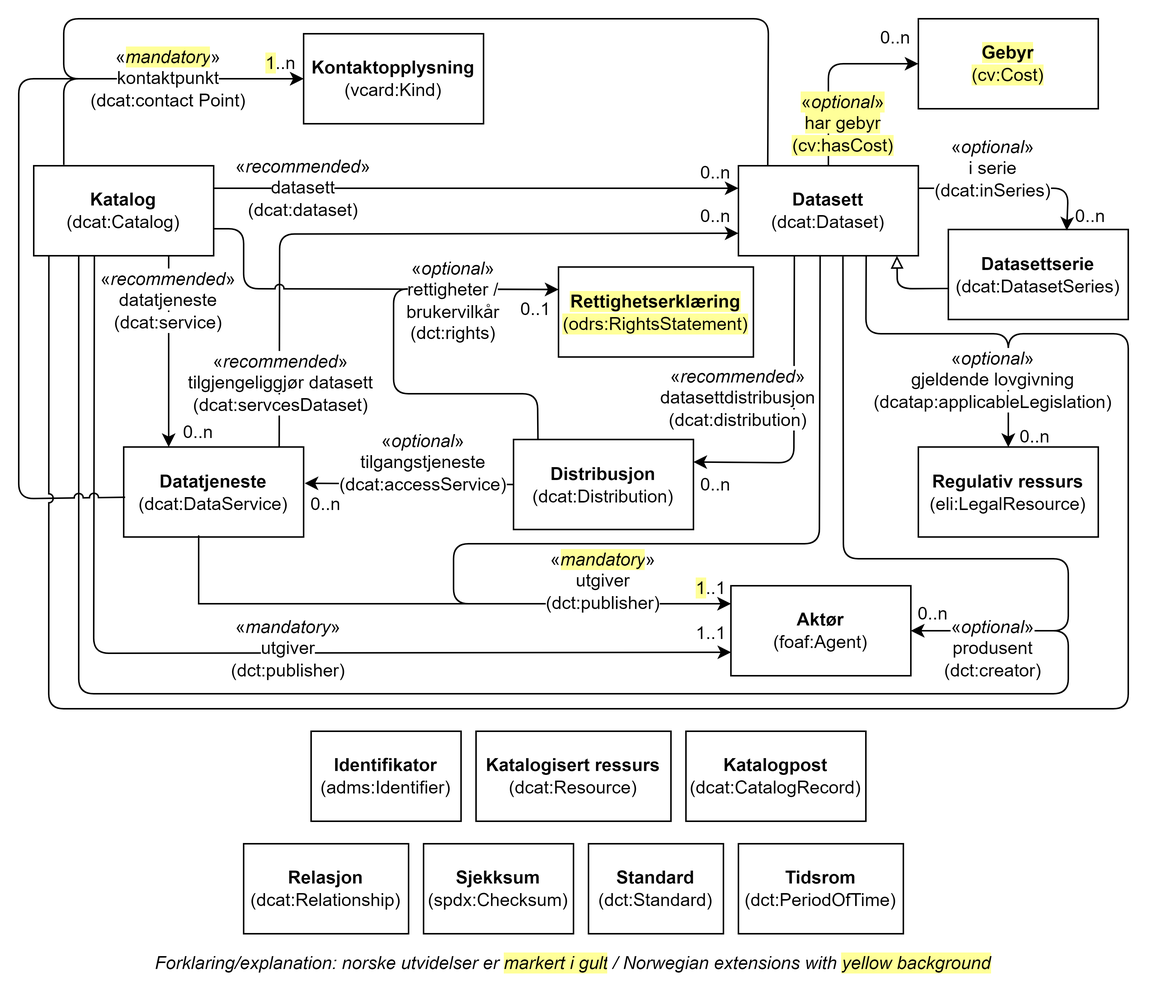
Earlier version of the draw.io export docs/images/DCAT-AP-NO-klasser.png (Informasjonsforvaltning/dcat-ap-no). Source tidied: cells renumbered, new cells last; positions are measured from the earlier drawing's top-left corner, leaving out a move shared by most shapes.
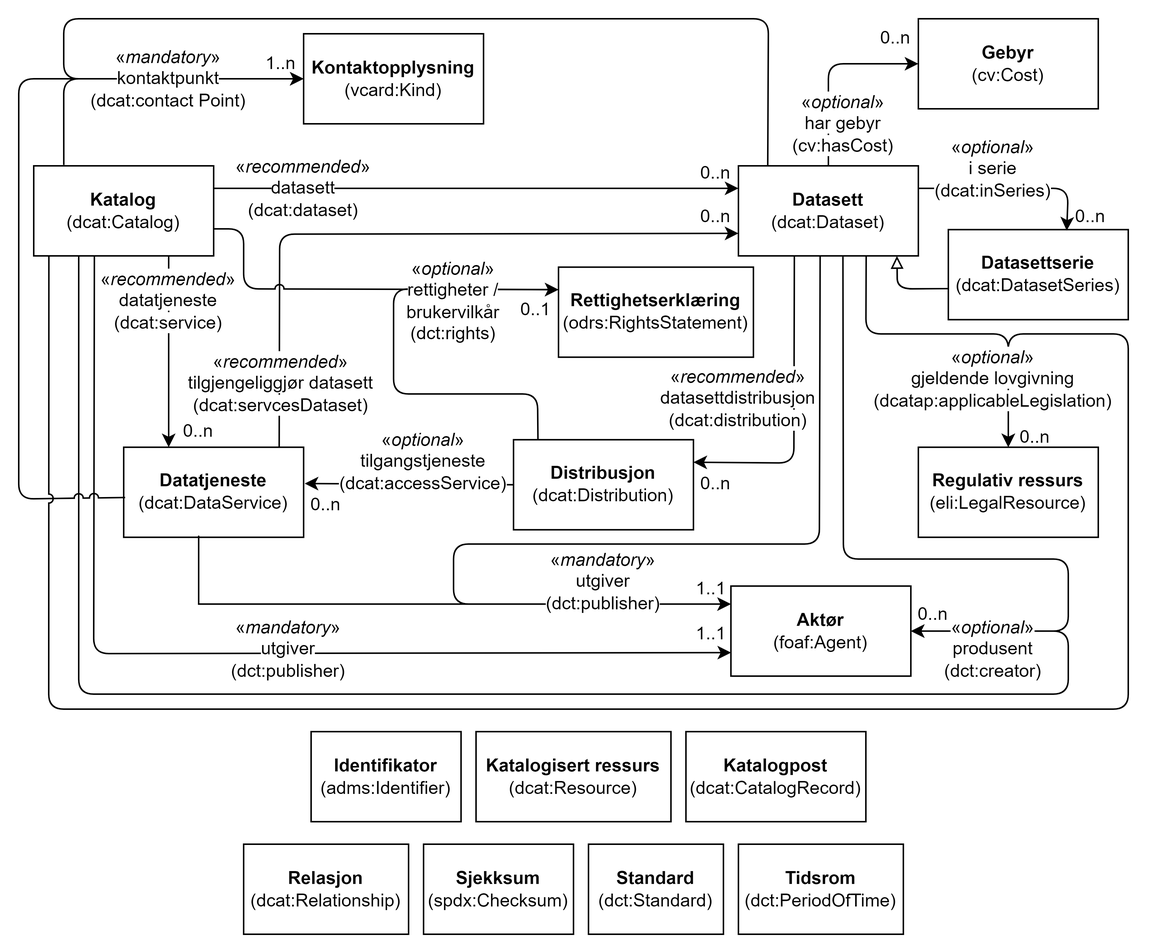
The same file after the commit.

The edit, as a diff of the source:
```diff
@@ -19,10 +19,10 @@
         </Array>
       </mxGeometry>
     </mxCell>
-    <mxCell id="4" value="&lt;b&gt;Katalog&lt;br&gt;&lt;/b&gt;(dcat:Catalog)" style="rounded=0;whiteSpace=wrap;html=1;" parent="1" vertex="1">
+    <mxCell id="4" value="&lt;b&gt;Katalog&lt;br&gt;&lt;/b&gt;(dcat:Catalog)" style="rounded=0;whiteSpace=wrap;html=1;fillColor=#FFFFFF;" parent="1" vertex="1">
       <mxGeometry x="10" y="98" width="120" height="60" as="geometry" />
     </mxCell>
-    <mxCell id="5" value="&lt;b&gt;Datasett&lt;/b&gt;&lt;br&gt;(dcat:Dataset)" style="rounded=0;whiteSpace=wrap;html=1;" parent="1" vertex="1">
+    <mxCell id="5" value="&lt;b&gt;Datasett&lt;/b&gt;&lt;br&gt;(dcat:Dataset)" style="rounded=0;whiteSpace=wrap;html=1;fillColor=#FFFFFF;" parent="1" vertex="1">
       <mxGeometry x="480" y="98" width="120" height="60" as="geometry" />
     </mxCell>
     <mxCell id="6" style="endArrow=classic;html=1;rounded=0;exitX=1;exitY=0.25;exitDx=0;exitDy=0;entryX=0;entryY=0.25;entryDx=0;entryDy=0;" parent="1" edge="1" source="4" target="5">
@@ -34,10 +34,10 @@
     <mxCell id="8" value="0..n" style="text;html=1;strokeColor=none;fillColor=none;align=center;verticalAlign=middle;whiteSpace=wrap;rounded=0;" parent="1" vertex="1">
       <mxGeometry x="450" y="125.5" width="30" height="12.5" as="geometry" />
     </mxCell>
-    <mxCell id="9" value="&lt;b&gt;Datatjeneste&lt;br&gt;&lt;/b&gt;(dcat:DataService)" style="rounded=0;whiteSpace=wrap;html=1;" parent="1" vertex="1">
+    <mxCell id="9" value="&lt;b&gt;Datatjeneste&lt;br&gt;&lt;/b&gt;(dcat:DataService)" style="rounded=0;whiteSpace=wrap;html=1;fillColor=#FFFFFF;" parent="1" vertex="1">
       <mxGeometry x="70" y="285.5" width="120" height="60" as="geometry" />
     </mxCell>
-    <mxCell id="10" value="&lt;b&gt;Distribusjon&lt;/b&gt;&lt;br&gt;(dcat:Distribution)" style="rounded=0;whiteSpace=wrap;html=1;" parent="1" vertex="1">
+    <mxCell id="10" value="&lt;b&gt;Distribusjon&lt;/b&gt;&lt;br&gt;(dcat:Distribution)" style="rounded=0;whiteSpace=wrap;html=1;fillColor=#FFFFFF;" parent="1" vertex="1">
       <mxGeometry x="330" y="280.5" width="120" height="60" as="geometry" />
     </mxCell>
     <mxCell id="11" style="endArrow=classic;html=1;rounded=1;exitX=0.311;exitY=0.994;exitDx=0;exitDy=0;entryX=1;entryY=0.25;entryDx=0;entryDy=0;curved=0;exitPerimeter=0;" parent="1" edge="1" source="5" target="10">
@@ -84,7 +84,7 @@
     <mxCell id="22" value="&lt;span style=&quot;background-color: rgb(255, 255, 255);&quot;&gt;«&lt;i&gt;recommended&lt;/i&gt;»&lt;br&gt;datasettdistribusjon&lt;br&gt;(dcat:distribution)&lt;/span&gt;" style="text;html=1;strokeColor=none;fillColor=none;align=center;verticalAlign=middle;whiteSpace=wrap;rounded=0;" parent="1" vertex="1">
       <mxGeometry x="450" y="238" width="60" height="30" as="geometry" />
     </mxCell>
-    <mxCell id="23" value="&lt;b&gt;Datasettserie&lt;/b&gt;&lt;br&gt;(dcat:DatasetSeries)" style="rounded=0;whiteSpace=wrap;html=1;" parent="1" vertex="1">
+    <mxCell id="23" value="&lt;b&gt;Datasettserie&lt;/b&gt;&lt;br&gt;(dcat:DatasetSeries)" style="rounded=0;whiteSpace=wrap;html=1;fillColor=#FFFFFF;" parent="1" vertex="1">
       <mxGeometry x="620" y="140.5" width="120" height="60" as="geometry" />
     </mxCell>
     <mxCell id="24" style="endArrow=block;html=1;rounded=1;endFill=0;exitX=0.002;exitY=0.655;exitDx=0;exitDy=0;entryX=0.881;entryY=1.001;entryDx=0;entryDy=0;entryPerimeter=0;curved=0;exitPerimeter=0;" parent="1" edge="1" source="23" target="5">
@@ -94,7 +94,7 @@
         </Array>
       </mxGeometry>
     </mxCell>
-    <mxCell id="25" value="&lt;b&gt;Aktør&lt;br&gt;&lt;/b&gt;(foaf:Agent)" style="rounded=0;whiteSpace=wrap;html=1;" parent="1" vertex="1">
+    <mxCell id="25" value="&lt;b&gt;Aktør&lt;br&gt;&lt;/b&gt;(foaf:Agent)" style="rounded=0;whiteSpace=wrap;html=1;fillColor=#FFFFFF;" parent="1" vertex="1">
       <mxGeometry x="475" y="378" width="120" height="60" as="geometry" />
     </mxCell>
     <mxCell id="26" style="endArrow=classic;html=1;rounded=1;entryX=1;entryY=0.5;entryDx=0;entryDy=0;exitX=0.25;exitY=1;exitDx=0;exitDy=0;curved=0;" parent="1" edge="1" source="4" target="25">
@@ -112,7 +112,7 @@
     <mxCell id="28" value="0..n" style="text;html=1;strokeColor=none;fillColor=none;align=center;verticalAlign=middle;whiteSpace=wrap;rounded=0;" parent="1" vertex="1">
       <mxGeometry x="450" y="90" width="30" height="25" as="geometry" />
     </mxCell>
-    <mxCell id="29" value="&lt;span style=&quot;background-color: rgb(255, 255, 153);&quot;&gt;&lt;b&gt;Gebyr&lt;br&gt;&lt;/b&gt;(cv:Cost)&lt;/span&gt;" style="rounded=0;whiteSpace=wrap;html=1;" parent="1" vertex="1">
+    <mxCell id="29" value="&lt;span style=&quot;background-color: rgb(255, 255, 255);&quot;&gt;&lt;b style=&quot;&quot;&gt;Gebyr&lt;br&gt;&lt;/b&gt;(cv:Cost)&lt;/span&gt;" style="rounded=0;whiteSpace=wrap;html=1;fillColor=#FFFFFF;" parent="1" vertex="1">
       <mxGeometry x="600" width="120" height="60" as="geometry" />
     </mxCell>
     <mxCell id="30" style="endArrow=classic;html=1;rounded=1;entryX=0;entryY=0.5;entryDx=0;entryDy=0;exitX=0.5;exitY=0;exitDx=0;exitDy=0;curved=0;" parent="1" edge="1" source="5" target="29">
@@ -125,7 +125,7 @@
     <mxCell id="31" value="0..n" style="text;html=1;strokeColor=none;fillColor=none;align=center;verticalAlign=middle;whiteSpace=wrap;rounded=0;" parent="1" vertex="1">
       <mxGeometry x="570" y="2.5" width="30" height="20" as="geometry" />
     </mxCell>
-    <mxCell id="32" value="&lt;span style=&quot;background-color: rgb(255, 255, 153);&quot;&gt;«&lt;i style=&quot;&quot;&gt;optional&lt;/i&gt;»&lt;br&gt;har gebyr&lt;br&gt;(cv:hasCost)&lt;/span&gt;" style="text;html=1;strokeColor=none;fillColor=none;align=center;verticalAlign=middle;whiteSpace=wrap;rounded=0;" parent="1" vertex="1">
+    <mxCell id="32" value="&lt;span style=&quot;background-color: rgb(255, 255, 255);&quot;&gt;«&lt;i style=&quot;&quot;&gt;optional&lt;/i&gt;»&lt;br&gt;har gebyr&lt;br&gt;(cv:hasCost)&lt;/span&gt;" style="text;html=1;strokeColor=none;fillColor=none;align=center;verticalAlign=middle;whiteSpace=wrap;rounded=0;" parent="1" vertex="1">
       <mxGeometry x="520" y="55" width="60" height="30" as="geometry" />
     </mxCell>
     <mxCell id="33" style="endArrow=classic;html=1;rounded=1;curved=0;exitX=1;exitY=0.25;exitDx=0;exitDy=0;entryX=0.658;entryY=0.011;entryDx=0;entryDy=0;entryPerimeter=0;" parent="1" edge="1" source="5" target="23">
@@ -141,13 +141,10 @@
     <mxCell id="35" value="0..n" style="text;html=1;strokeColor=none;fillColor=none;align=center;verticalAlign=middle;whiteSpace=wrap;rounded=0;" parent="1" vertex="1">
       <mxGeometry x="700" y="121.8" width="30" height="20" as="geometry" />
     </mxCell>
-    <mxCell id="36" value="Forklaring/explanation: norske utvidelser er&amp;nbsp;&lt;span style=&quot;background-color: rgb(255, 255, 153);&quot;&gt;markert i gult&lt;/span&gt;&lt;span style=&quot;background-color: rgb(255 , 255 , 255)&quot;&gt;&amp;nbsp;/&amp;nbsp;Norwegian extensions with &lt;/span&gt;&lt;span style=&quot;background-color: rgb(255, 255, 153);&quot;&gt;yellow background&lt;/span&gt;" style="text;html=1;strokeColor=none;fillColor=none;align=center;verticalAlign=middle;whiteSpace=wrap;rounded=0;fontStyle=2;" parent="1" vertex="1">
-      <mxGeometry y="620" width="740" height="20" as="geometry" />
-    </mxCell>
-    <mxCell id="37" value="&lt;span style=&quot;background-color: rgb(255, 255, 153);&quot;&gt;&lt;b&gt;Rettighetserklæring&lt;/b&gt;&lt;br&gt;(odrs:RightsStatement)&lt;/span&gt;" style="rounded=0;whiteSpace=wrap;html=1;" parent="1" vertex="1">
+    <mxCell id="37" value="&lt;span style=&quot;background-color: rgb(255, 255, 255);&quot;&gt;&lt;b style=&quot;&quot;&gt;Rettighetserklæring&lt;/b&gt;&lt;br&gt;(odrs:RightsStatement)&lt;/span&gt;" style="rounded=0;whiteSpace=wrap;html=1;fillColor=#FFFFFF;" parent="1" vertex="1">
       <mxGeometry x="360" y="165.5" width="130" height="60" as="geometry" />
     </mxCell>
-    <mxCell id="38" value="&lt;b&gt;Kontaktopplysning&lt;/b&gt;&lt;br&gt;(vcard:Kind)" style="rounded=0;whiteSpace=wrap;html=1;" parent="1" vertex="1">
+    <mxCell id="38" value="&lt;b&gt;Kontaktopplysning&lt;/b&gt;&lt;br&gt;(vcard:Kind)" style="rounded=0;whiteSpace=wrap;html=1;fillColor=#FFFFFF;" parent="1" vertex="1">
       <mxGeometry x="190" y="10" width="120" height="60" as="geometry" />
     </mxCell>
     <mxCell id="39" style="endArrow=classic;html=1;rounded=1;entryX=0;entryY=0.5;entryDx=0;entryDy=0;exitX=0.167;exitY=-0.01;exitDx=0;exitDy=0;exitPerimeter=0;curved=0;" parent="1" edge="1" source="4" target="38">
@@ -157,7 +154,7 @@
         </Array>
       </mxGeometry>
     </mxCell>
-    <mxCell id="40" value="&lt;span style=&quot;background-color: rgb(255, 255, 153);&quot;&gt;1&lt;/span&gt;..n" style="text;html=1;strokeColor=none;fillColor=none;align=center;verticalAlign=middle;whiteSpace=wrap;rounded=0;" parent="1" vertex="1">
+    <mxCell id="40" value="&lt;span style=&quot;background-color: rgb(255, 255, 255);&quot;&gt;1..n&lt;/span&gt;" style="text;html=1;strokeColor=none;fillColor=none;align=center;verticalAlign=middle;whiteSpace=wrap;rounded=0;" parent="1" vertex="1">
       <mxGeometry x="160" y="17.5" width="30" height="25" as="geometry" />
     </mxCell>
     <mxCell id="41" style="endArrow=classic;html=1;rounded=1;entryX=0;entryY=0.5;entryDx=0;entryDy=0;curved=0;exitX=0.163;exitY=-0.002;exitDx=0;exitDy=0;exitPerimeter=0;" parent="1" edge="1" source="5" target="38">
@@ -177,10 +174,10 @@
         </Array>
       </mxGeometry>
     </mxCell>
-    <mxCell id="43" value="&lt;span style=&quot;background-color: rgb(255, 255, 255);&quot;&gt;«&lt;/span&gt;&lt;i style=&quot;background-color: rgb(255, 255, 153);&quot;&gt;mandatory&lt;/i&gt;&lt;span style=&quot;background-color: rgb(255, 255, 255);&quot;&gt;»&lt;/span&gt;&lt;br&gt;&lt;span style=&quot;background-color: rgb(255, 255, 255);&quot;&gt;kontaktpunkt&lt;/span&gt;&lt;br&gt;&lt;span style=&quot;background-color: rgb(255, 255, 255);&quot;&gt;(dcat:contact Point)&lt;/span&gt;" style="text;html=1;strokeColor=none;fillColor=none;align=center;verticalAlign=middle;whiteSpace=wrap;rounded=0;" parent="1" vertex="1">
+    <mxCell id="43" value="&lt;span style=&quot;background-color: rgb(255, 255, 255);&quot;&gt;«&lt;i style=&quot;&quot;&gt;mandatory&lt;/i&gt;»&lt;br&gt;kontaktpunkt&lt;br&gt;(dcat:contact Point)&lt;/span&gt;" style="text;html=1;strokeColor=none;fillColor=none;align=center;verticalAlign=middle;whiteSpace=wrap;rounded=0;" parent="1" vertex="1">
       <mxGeometry x="40" y="25" width="120" height="30" as="geometry" />
     </mxCell>
-    <mxCell id="44" value="&lt;span style=&quot;background-color: rgb(255, 255, 153);&quot;&gt;1&lt;/span&gt;..1" style="text;html=1;strokeColor=none;fillColor=none;align=center;verticalAlign=middle;whiteSpace=wrap;rounded=0;" parent="1" vertex="1">
+    <mxCell id="44" value="&lt;span style=&quot;background-color: rgb(255, 255, 255);&quot;&gt;1..1&lt;/span&gt;" style="text;html=1;strokeColor=none;fillColor=none;align=center;verticalAlign=middle;whiteSpace=wrap;rounded=0;" parent="1" vertex="1">
       <mxGeometry x="447" y="370" width="30" height="20" as="geometry" />
     </mxCell>
     <mxCell id="45" style="endArrow=classic;html=1;rounded=1;jumpStyle=arc;entryX=1;entryY=0.5;entryDx=0;entryDy=0;curved=0;exitX=0.581;exitY=1.009;exitDx=0;exitDy=0;exitPerimeter=0;" parent="1" edge="1" source="5" target="25">
@@ -219,7 +216,7 @@
     <mxCell id="50" value="&lt;span style=&quot;background-color: rgb(255, 255, 255);&quot;&gt;«&lt;i&gt;optional&lt;/i&gt;»&lt;br&gt;rettigheter / brukervilkår&lt;/span&gt;&lt;div&gt;&lt;span style=&quot;background-color: rgb(255, 255, 255);&quot;&gt;(dct:rights)&lt;/span&gt;&lt;/div&gt;" style="text;html=1;strokeColor=none;fillColor=none;align=center;verticalAlign=middle;whiteSpace=wrap;rounded=0;" parent="1" vertex="1">
       <mxGeometry x="260" y="173" width="60" height="30" as="geometry" />
     </mxCell>
-    <mxCell id="51" value="&lt;b&gt;Regulativ ressurs&lt;/b&gt;&lt;br&gt;(eli:LegalResource)" style="rounded=0;whiteSpace=wrap;html=1;" parent="1" vertex="1">
+    <mxCell id="51" value="&lt;b&gt;Regulativ ressurs&lt;/b&gt;&lt;br&gt;(eli:LegalResource)" style="rounded=0;whiteSpace=wrap;html=1;fillColor=#FFFFFF;" parent="1" vertex="1">
       <mxGeometry x="600" y="285.5" width="120" height="60" as="geometry" />
     </mxCell>
     <mxCell id="52" style="endArrow=classic;html=1;rounded=1;entryX=0.5;entryY=0;entryDx=0;entryDy=0;exitX=0.084;exitY=0.998;exitDx=0;exitDy=0;exitPerimeter=0;curved=0;jumpStyle=arc;" parent="1" edge="1" source="4" target="51">
@@ -246,25 +243,25 @@
     <mxCell id="55" value="&lt;span style=&quot;background-color: rgb(255, 255, 255);&quot;&gt;«&lt;i&gt;optional&lt;/i&gt;»&lt;br&gt;gjeldende lovgivning (dcatap:applicableLegislation)&lt;/span&gt;" style="text;html=1;strokeColor=none;fillColor=none;align=center;verticalAlign=middle;whiteSpace=wrap;rounded=0;" parent="1" vertex="1">
       <mxGeometry x="620" y="225.5" width="60" height="30" as="geometry" />
     </mxCell>
-    <mxCell id="56" value="&lt;b&gt;Identifikator &lt;/b&gt;(adms:Identifier)" style="rounded=0;whiteSpace=wrap;html=1;" parent="1" vertex="1">
+    <mxCell id="56" value="&lt;b&gt;Identifikator &lt;/b&gt;(adms:Identifier)" style="rounded=0;whiteSpace=wrap;html=1;fillColor=#FFFFFF;" parent="1" vertex="1">
       <mxGeometry x="195" y="475" width="100" height="60" as="geometry" />
     </mxCell>
-    <mxCell id="57" value="&lt;b&gt;Katalogisert ressurs &lt;/b&gt;(dcat:Resource)" style="rounded=0;whiteSpace=wrap;html=1;" parent="1" vertex="1">
+    <mxCell id="57" value="&lt;b&gt;Katalogisert ressurs &lt;/b&gt;(dcat:Resource)" style="rounded=0;whiteSpace=wrap;html=1;fillColor=#FFFFFF;" parent="1" vertex="1">
       <mxGeometry x="305" y="475" width="130" height="60" as="geometry" />
     </mxCell>
-    <mxCell id="58" value="&lt;b&gt;Katalogpost &lt;/b&gt;(dcat:CatalogRecord)" style="rounded=0;whiteSpace=wrap;html=1;" parent="1" vertex="1">
+    <mxCell id="58" value="&lt;b&gt;Katalogpost &lt;/b&gt;(dcat:CatalogRecord)" style="rounded=0;whiteSpace=wrap;html=1;fillColor=#FFFFFF;" parent="1" vertex="1">
       <mxGeometry x="445" y="475" width="120" height="60" as="geometry" />
     </mxCell>
-    <mxCell id="59" value="&lt;b&gt;Relasjon &lt;/b&gt;(dcat:Relationship)" style="rounded=0;whiteSpace=wrap;html=1;" parent="1" vertex="1">
+    <mxCell id="59" value="&lt;b&gt;Relasjon &lt;/b&gt;(dcat:Relationship)" style="rounded=0;whiteSpace=wrap;html=1;fillColor=#FFFFFF;" parent="1" vertex="1">
       <mxGeometry x="150" y="550" width="110" height="60" as="geometry" />
     </mxCell>
-    <mxCell id="60" value="&lt;b&gt;Sjekksum &lt;/b&gt;(spdx:Checksum)" style="rounded=0;whiteSpace=wrap;html=1;" parent="1" vertex="1">
+    <mxCell id="60" value="&lt;b&gt;Sjekksum &lt;/b&gt;(spdx:Checksum)" style="rounded=0;whiteSpace=wrap;html=1;fillColor=#FFFFFF;" parent="1" vertex="1">
       <mxGeometry x="270" y="550" width="100" height="60" as="geometry" />
     </mxCell>
-    <mxCell id="61" value="&lt;b&gt;Standard &lt;/b&gt;(dct:Standard)" style="rounded=0;whiteSpace=wrap;html=1;" parent="1" vertex="1">
+    <mxCell id="61" value="&lt;b&gt;Standard &lt;/b&gt;(dct:Standard)" style="rounded=0;whiteSpace=wrap;html=1;fillColor=#FFFFFF;" parent="1" vertex="1">
       <mxGeometry x="380" y="550" width="90" height="60" as="geometry" />
     </mxCell>
-    <mxCell id="62" value="&lt;b&gt;Tidsrom &lt;/b&gt;(dct:PeriodOfTime)" style="rounded=0;whiteSpace=wrap;html=1;" parent="1" vertex="1">
+    <mxCell id="62" value="&lt;b&gt;Tidsrom &lt;/b&gt;(dct:PeriodOfTime)" style="rounded=0;whiteSpace=wrap;html=1;fillColor=#FFFFFF;" parent="1" vertex="1">
       <mxGeometry x="480" y="550" width="110" height="60" as="geometry" />
     </mxCell>
     <mxCell id="63" value="&lt;span style=&quot;background-color: rgb(255, 255, 255);&quot;&gt;«&lt;i&gt;mandatory&lt;/i&gt;»&lt;br&gt;utgiver&lt;br&gt;(dct:publisher)&lt;/span&gt;" style="text;html=1;strokeColor=none;fillColor=none;align=center;verticalAlign=middle;whiteSpace=wrap;rounded=0;" parent="1" vertex="1">
@@ -279,7 +276,7 @@
         </Array>
       </mxGeometry>
     </mxCell>
-    <mxCell id="65" value="&lt;span style=&quot;background-color: rgb(255, 255, 255);&quot;&gt;«&lt;/span&gt;&lt;i style=&quot;background-color: rgb(255, 255, 153);&quot;&gt;mandatory&lt;/i&gt;&lt;span style=&quot;background-color: rgb(255, 255, 255);&quot;&gt;»&lt;/span&gt;&lt;br&gt;&lt;span style=&quot;background-color: rgb(255, 255, 255);&quot;&gt;utgiver&lt;/span&gt;&lt;br&gt;&lt;span style=&quot;background-color: rgb(255, 255, 255);&quot;&gt;(dct:publisher)&lt;/span&gt;" style="text;html=1;strokeColor=none;fillColor=none;align=center;verticalAlign=middle;whiteSpace=wrap;rounded=0;" parent="1" vertex="1">
+    <mxCell id="65" value="&lt;span style=&quot;background-color: rgb(255, 255, 255);&quot;&gt;«&lt;i style=&quot;&quot;&gt;mandatory&lt;/i&gt;»&lt;br&gt;utgiver&lt;br&gt;(dct:publisher)&lt;/span&gt;" style="text;html=1;strokeColor=none;fillColor=none;align=center;verticalAlign=middle;whiteSpace=wrap;rounded=0;" parent="1" vertex="1">
       <mxGeometry x="360" y="360" width="60" height="30" as="geometry" />
     </mxCell>
   </root>
```
